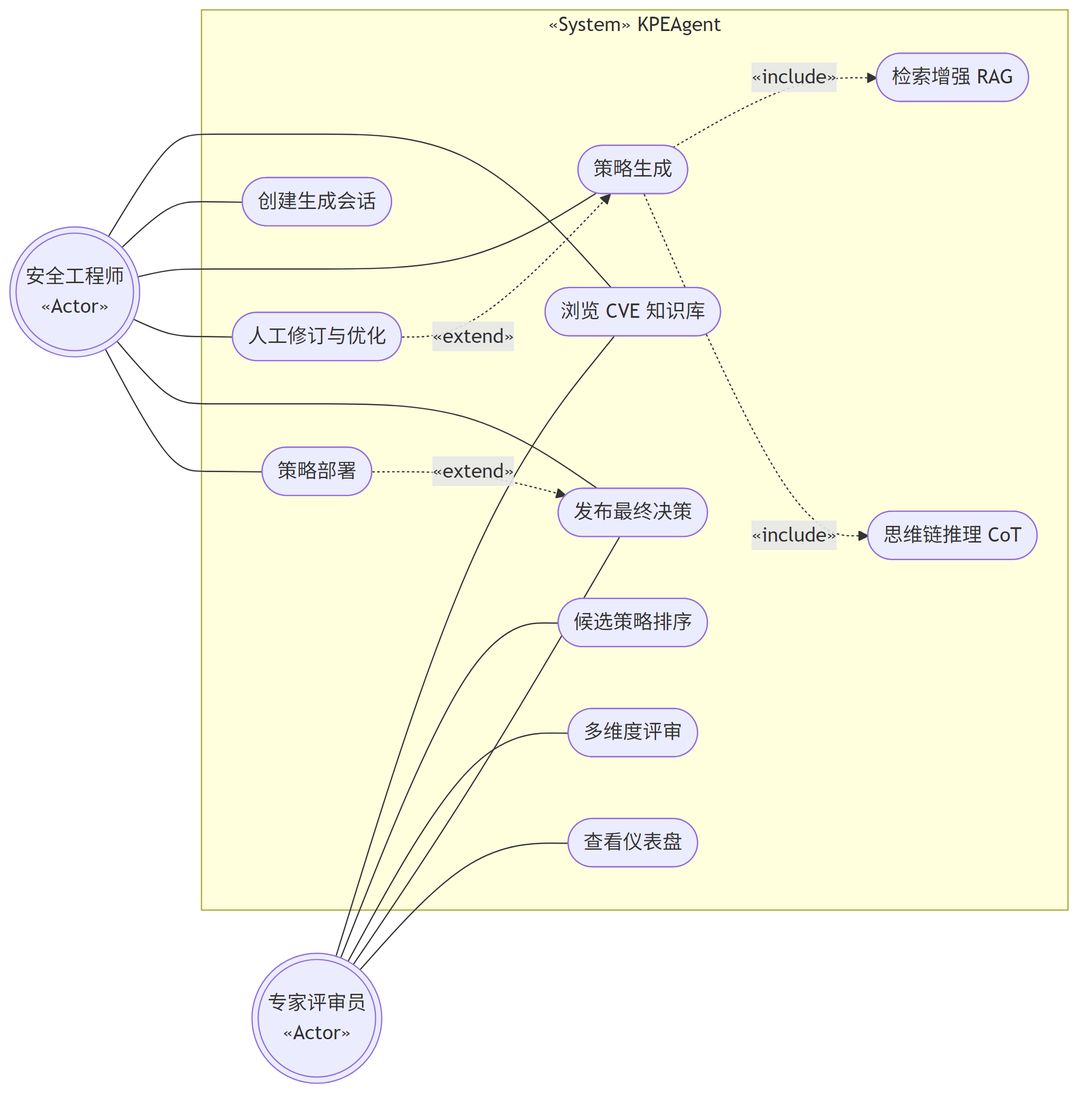
Ivanbeethoven/ustb_graduator_paper keeps this Mermaid diagram as images/chap4/role_use_case.png. Above is the earlier version. Its source is kept beside it as images/chap4/role_use_case.mmd. Its diagram source:
```mermaid
flowchart LR

    User((("安全工程师\n«Actor»")))
    Reviewer((("专家评审员\n«Actor»")))

    subgraph System ["«System» KPEAgent"]
        direction TB
        UC1(["浏览 CVE 知识库"])
        UC2(["创建生成会话"])
        UC3(["策略生成"])
        UC3a(["检索增强 RAG"])
        UC3b(["思维链推理 CoT"])
        UC4(["人工修订与优化"])
        UC5(["候选策略排序"])
        UC6(["多维度评审"])
        UC7(["发布最终决策"])
        UC8(["策略部署"])
        UC9(["查看仪表盘"])

        UC3 -.->|"«include»"| UC3a
        UC3 -.->|"«include»"| UC3b

        UC4 -.->|"«extend»"| UC3
        UC8 -.->|"«extend»"| UC7
    end

    User --- UC1
    User --- UC2
    User --- UC3
    User --- UC4
    User --- UC7
    User --- UC8

    Reviewer --- UC1
    Reviewer --- UC5
    Reviewer --- UC6
    Reviewer --- UC7
    Reviewer --- UC9
```
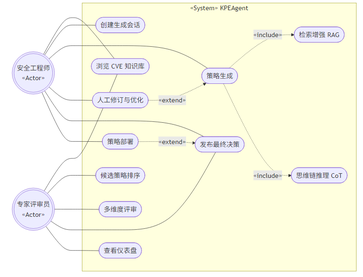
Above is the later version.

What changed in the source:
```diff
@@ -1,7 +1,11 @@
 flowchart LR
 
-    User((("安全工程师\n«Actor»")))
-    Reviewer((("专家评审员\n«Actor»")))
+    subgraph Actors[" "]
+        direction TB
+        User((("安全工程师\n«Actor»")))
+        Reviewer((("专家评审员\n«Actor»")))
+    end
+    style Actors fill:none,stroke:none
 
     subgraph System ["«System» KPEAgent"]
         direction TB
```
